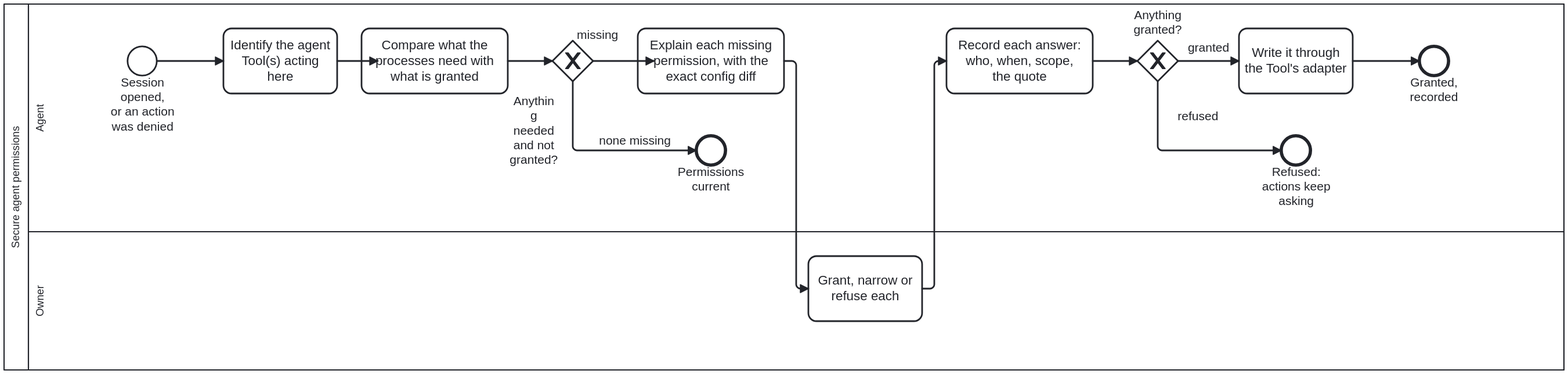
The BPMN diagram docs/assets/img/workflows/secure-agent-permissions.svg in litlfred/cat-harness, before a commit. Its source is kept beside it as processes/process/secure-agent-permissions.bpmn. Ids are renumbered.
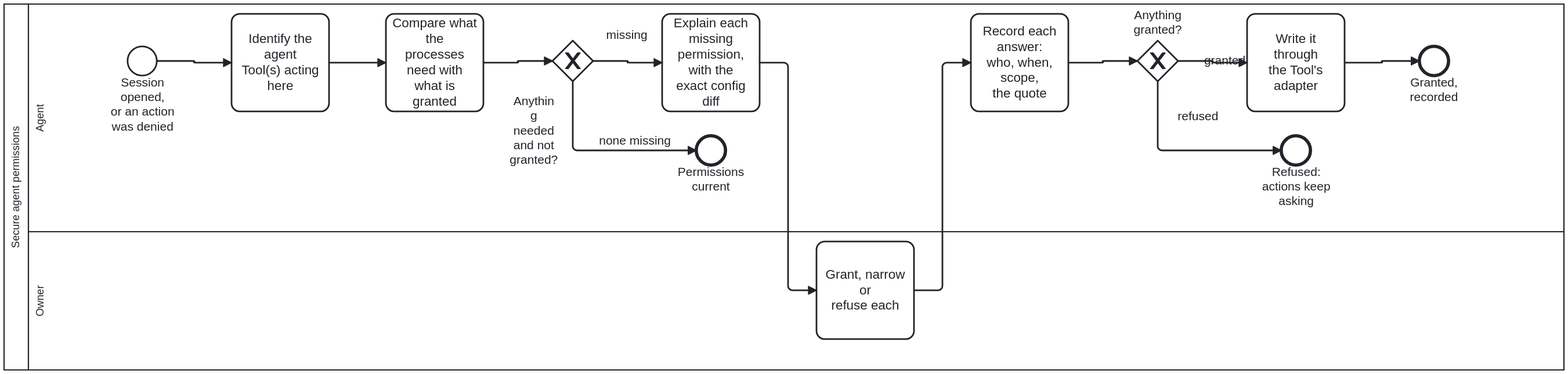
After the change.

The edit, as a diff of the source:
```diff
@@ -159,50 +159,54 @@
         <dc:Bounds x="312" y="132" width="36" height="36" />
       </bpmndi:BPMNShape>
       <bpmndi:BPMNShape id="Shape_Task_IdentifyTools" bpmnElement="Task_IdentifyTools">
-        <dc:Bounds x="430" y="110" width="140" height="80" />
+        <dc:Bounds x="440" y="92" width="120" height="120" />
       </bpmndi:BPMNShape>
       <bpmndi:BPMNShape id="Shape_Task_ReadGrants" bpmnElement="Task_ReadGrants">
-        <dc:Bounds x="600" y="110" width="180" height="80" />
+        <dc:Bounds x="630" y="92" width="120" height="120" />
       </bpmndi:BPMNShape>
       <bpmndi:BPMNShape id="Shape_GW_Gap" bpmnElement="GW_Gap" isMarkerVisible="true">
         <dc:Bounds x="835" y="125" width="50" height="50" />
-        <bpmndi:BPMNLabel><dc:Bounds x="767" y="190.5" width="90" height="90" /></bpmndi:BPMNLabel>
-      </bpmndi:BPMNShape>
+
+      <bpmndi:BPMNLabel><dc:Bounds x="767" y="190.5" width="90" height="90" /></bpmndi:BPMNLabel></bpmndi:BPMNShape>
       <bpmndi:BPMNShape id="Shape_End_Current" bpmnElement="End_Current">
         <dc:Bounds x="1012" y="242" width="36" height="36" />
       </bpmndi:BPMNShape>
       <bpmndi:BPMNShape id="Shape_Task_Explain" bpmnElement="Task_Explain">
-        <dc:Bounds x="940" y="110" width="180" height="80" />
+        <dc:Bounds x="970" y="92" width="120" height="120" />
       </bpmndi:BPMNShape>
       <bpmndi:BPMNShape id="Shape_Task_OwnerGrants" bpmnElement="Task_OwnerGrants">
-        <dc:Bounds x="1150" y="390" width="140" height="80" />
+        <dc:Bounds x="1160" y="372" width="120" height="120" />
       </bpmndi:BPMNShape>
       <bpmndi:BPMNShape id="Shape_GW_Granted" bpmnElement="GW_Granted" isMarkerVisible="true">
         <dc:Bounds x="1555" y="125" width="50" height="50" />
-        <bpmndi:BPMNLabel><dc:Bounds x="1535" y="85" width="90" height="36" /></bpmndi:BPMNLabel>
-      </bpmndi:BPMNShape>
+
+      <bpmndi:BPMNLabel><dc:Bounds x="1535" y="85" width="90" height="36" /></bpmndi:BPMNLabel></bpmndi:BPMNShape>
       <bpmndi:BPMNShape id="Shape_End_Refused" bpmnElement="End_Refused">
         <dc:Bounds x="1732" y="242" width="36" height="36" />
       </bpmndi:BPMNShape>
       <bpmndi:BPMNShape id="Shape_Task_RecordGrant" bpmnElement="Task_RecordGrant">
-        <dc:Bounds x="1320" y="110" width="180" height="80" />
+        <dc:Bounds x="1350" y="92" width="120" height="120" />
       </bpmndi:BPMNShape>
       <bpmndi:BPMNShape id="Shape_Task_WriteConfig" bpmnElement="Task_WriteConfig">
-        <dc:Bounds x="1680" y="110" width="140" height="80" />
+        <dc:Bounds x="1690" y="92" width="120" height="120" />
       </bpmndi:BPMNShape>
       <bpmndi:BPMNShape id="Shape_End_Granted" bpmnElement="End_Granted">
         <dc:Bounds x="1902" y="132" width="36" height="36" />
       </bpmndi:BPMNShape>
       <bpmndi:BPMNEdge id="Edge_p1" bpmnElement="p1">
         <di:waypoint x="348" y="150" />
-        <di:waypoint x="430" y="150" />
+        <di:waypoint x="394" y="150" />
+        <di:waypoint x="394" y="152" />
+        <di:waypoint x="440" y="152" />
       </bpmndi:BPMNEdge>
       <bpmndi:BPMNEdge id="Edge_p2" bpmnElement="p2">
-        <di:waypoint x="570" y="150" />
-        <di:waypoint x="620" y="150" />
+        <di:waypoint x="560" y="152" />
+        <di:waypoint x="630" y="152" />
       </bpmndi:BPMNEdge>
       <bpmndi:BPMNEdge id="Edge_p3" bpmnElement="p3">
-        <di:waypoint x="780" y="150" />
+        <di:waypoint x="750" y="152" />
+        <di:waypoint x="792.5" y="152" />
+        <di:waypoint x="792.5" y="150" />
         <di:waypoint x="835" y="150" />
       </bpmndi:BPMNEdge>
       <bpmndi:BPMNEdge id="Edge_p4" bpmnElement="p4">
@@ -213,23 +217,27 @@
       </bpmndi:BPMNEdge>
       <bpmndi:BPMNEdge id="Edge_p5" bpmnElement="p5">
         <di:waypoint x="885" y="150" />
-        <di:waypoint x="960" y="150" />
-        <bpmndi:BPMNLabel><dc:Bounds x="845.51" y="108.5" width="90" height="18" /></bpmndi:BPMNLabel>
+        <di:waypoint x="927.5" y="150" />
+        <di:waypoint x="927.5" y="152" />
+        <di:waypoint x="970" y="152" />
+        <bpmndi:BPMNLabel><dc:Bounds x="881.51" y="108.5" width="90" height="18" /></bpmndi:BPMNLabel>
       </bpmndi:BPMNEdge>
       <bpmndi:BPMNEdge id="Edge_p6" bpmnElement="p6">
-        <di:waypoint x="1120" y="150" />
-        <di:waypoint x="1135" y="150" />
-        <di:waypoint x="1135" y="430" />
-        <di:waypoint x="1150" y="430" />
+        <di:waypoint x="1090" y="152" />
+        <di:waypoint x="1125" y="152" />
+        <di:waypoint x="1125" y="432" />
+        <di:waypoint x="1160" y="432" />
       </bpmndi:BPMNEdge>
       <bpmndi:BPMNEdge id="Edge_p7" bpmnElement="p7">
-        <di:waypoint x="1290" y="430" />
-        <di:waypoint x="1305" y="430" />
-        <di:waypoint x="1305" y="150" />
-        <di:waypoint x="1320" y="150" />
+        <di:waypoint x="1280" y="432" />
+        <di:waypoint x="1315" y="432" />
+        <di:waypoint x="1315" y="152" />
+        <di:waypoint x="1350" y="152" />
       </bpmndi:BPMNEdge>
       <bpmndi:BPMNEdge id="Edge_p8" bpmnElement="p8">
-        <di:waypoint x="1500" y="150" />
+        <di:waypoint x="1470" y="152" />
+        <di:waypoint x="1512.5" y="152" />
+        <di:waypoint x="1512.5" y="150" />
         <di:waypoint x="1555" y="150" />
       </bpmndi:BPMNEdge>
       <bpmndi:BPMNEdge id="Edge_p9" bpmnElement="p9">
@@ -240,10 +248,14 @@
       </bpmndi:BPMNEdge>
       <bpmndi:BPMNEdge id="Edge_p10" bpmnElement="p10">
         <di:waypoint x="1605" y="150" />
-        <di:waypoint x="1680" y="150" />
+        <di:waypoint x="1647.5" y="150" />
+        <di:waypoint x="1647.5" y="152" />
+        <di:waypoint x="1690" y="152" />
       </bpmndi:BPMNEdge>
       <bpmndi:BPMNEdge id="Edge_p11" bpmnElement="p11">
-        <di:waypoint x="1820" y="150" />
+        <di:waypoint x="1810" y="152" />
+        <di:waypoint x="1856" y="152" />
+        <di:waypoint x="1856" y="150" />
         <di:waypoint x="1902" y="150" />
       </bpmndi:BPMNEdge>
     </bpmndi:BPMNPlane>
```
